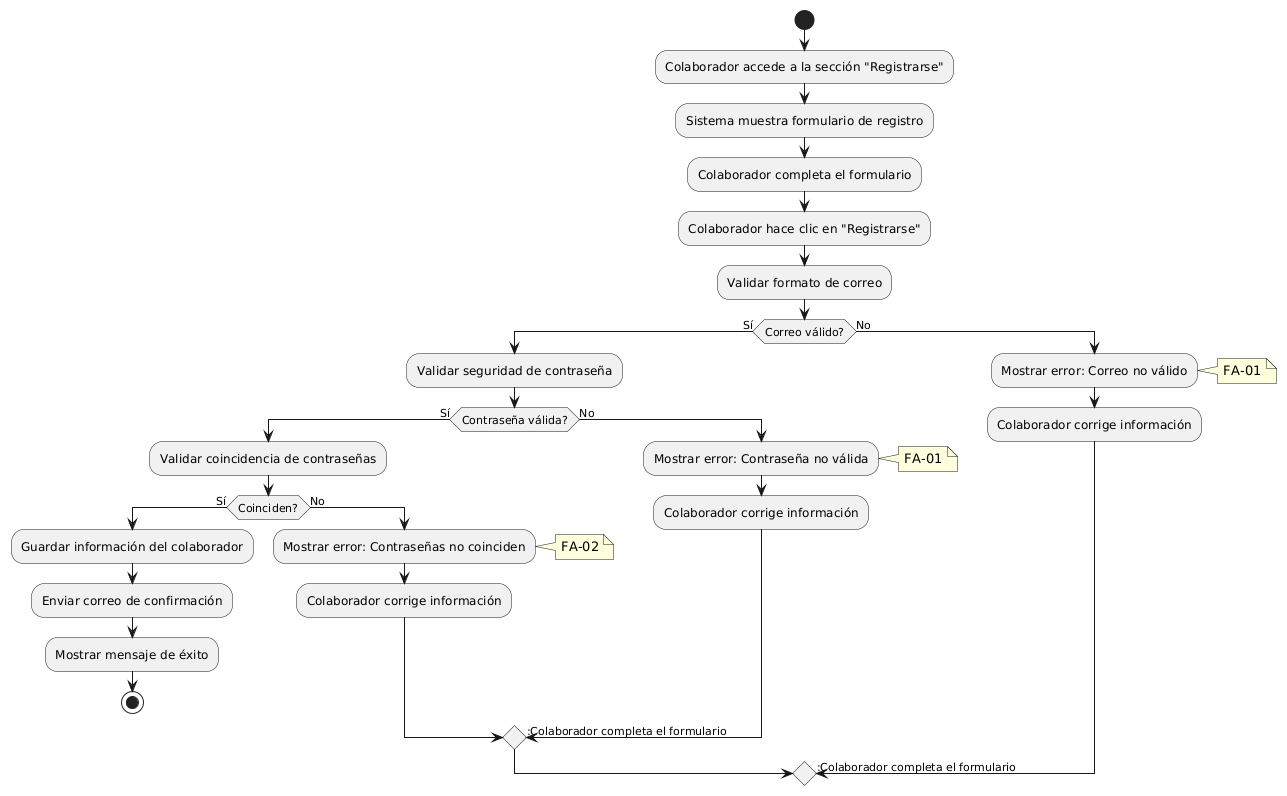
Before: arquitectura/activity-diagram/diagram-activity-registro-colaborador.png, a diagram exported from PlantUML (IF-7100-2025/preguntas-docs). Source of this version:
```plantuml
@startuml
start

:Colaborador accede a la sección "Registrarse";
:Sistema muestra formulario de registro;

:Colaborador completa el formulario;
:Colaborador hace clic en "Registrarse";

:Validar formato de correo;
if (Correo válido?) then (Sí)
  :Validar seguridad de contraseña;
  if (Contraseña válida?) then (Sí)
    :Validar coincidencia de contraseñas;
    if (Coinciden?) then (Sí)
      :Guardar información del colaborador;
      :Enviar correo de confirmación;
      :Mostrar mensaje de éxito;
      stop
    else (No)
      :Mostrar error: Contraseñas no coinciden;
      note right: FA-02
      :Colaborador corrige información;
      -> :Colaborador completa el formulario;
    endif
  else (No)
    :Mostrar error: Contraseña no válida;
    note right: FA-01
    :Colaborador corrige información;
    -> :Colaborador completa el formulario;
  endif
else (No)
  :Mostrar error: Correo no válido;
  note right: FA-01
  :Colaborador corrige información;
  -> :Colaborador completa el formulario;
endif
@enduml
```
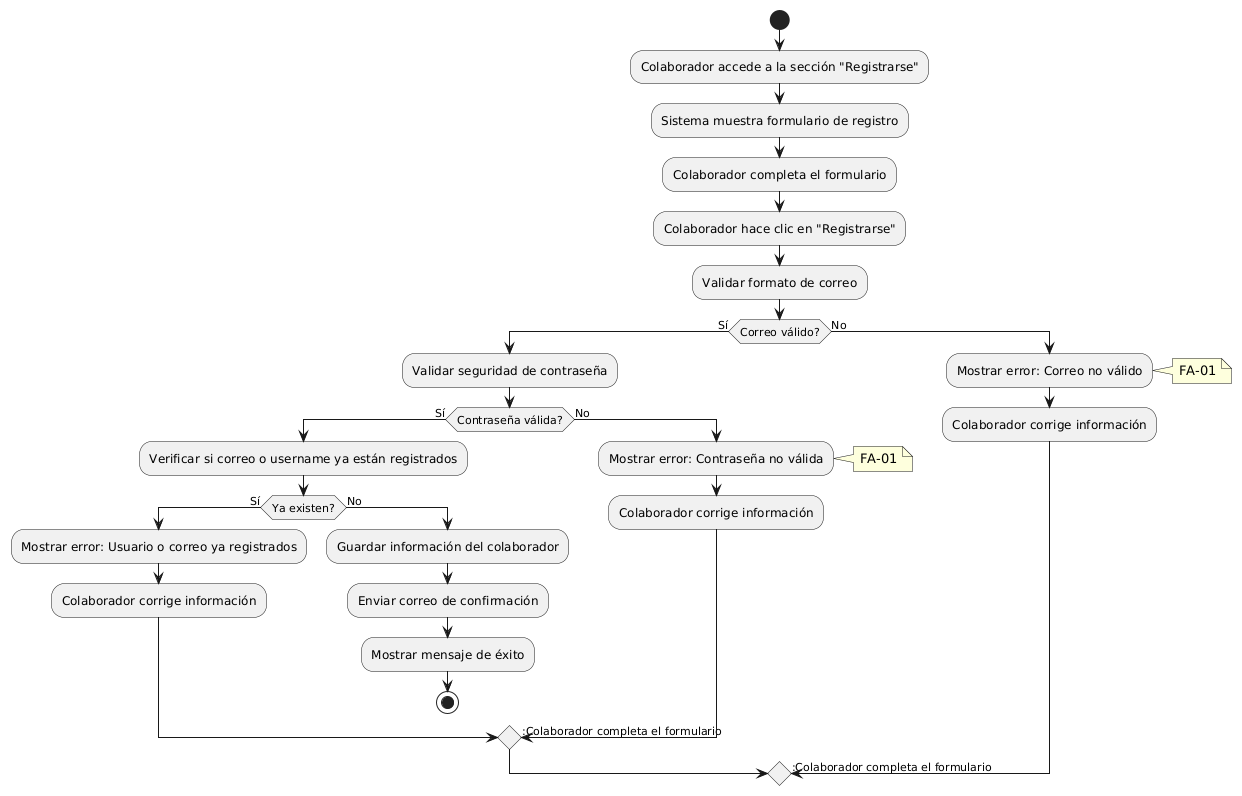
Later version of the same file.

Commit message:
Correción Diagrama de actividad registro colaborador

The edit, as a diff of the source:
```diff
@@ -11,17 +11,16 @@
 if (Correo válido?) then (Sí)
   :Validar seguridad de contraseña;
   if (Contraseña válida?) then (Sí)
-    :Validar coincidencia de contraseñas;
-    if (Coinciden?) then (Sí)
+    :Verificar si correo o username ya están registrados;
+    if (Ya existen?) then (Sí)
+      :Mostrar error: Usuario o correo ya registrados;
+      :Colaborador corrige información;
+      -> :Colaborador completa el formulario;
+    else (No)
       :Guardar información del colaborador;
       :Enviar correo de confirmación;
       :Mostrar mensaje de éxito;
       stop
-    else (No)
-      :Mostrar error: Contraseñas no coinciden;
-      note right: FA-02
-      :Colaborador corrige información;
-      -> :Colaborador completa el formulario;
     endif
   else (No)
     :Mostrar error: Contraseña no válida;
```
